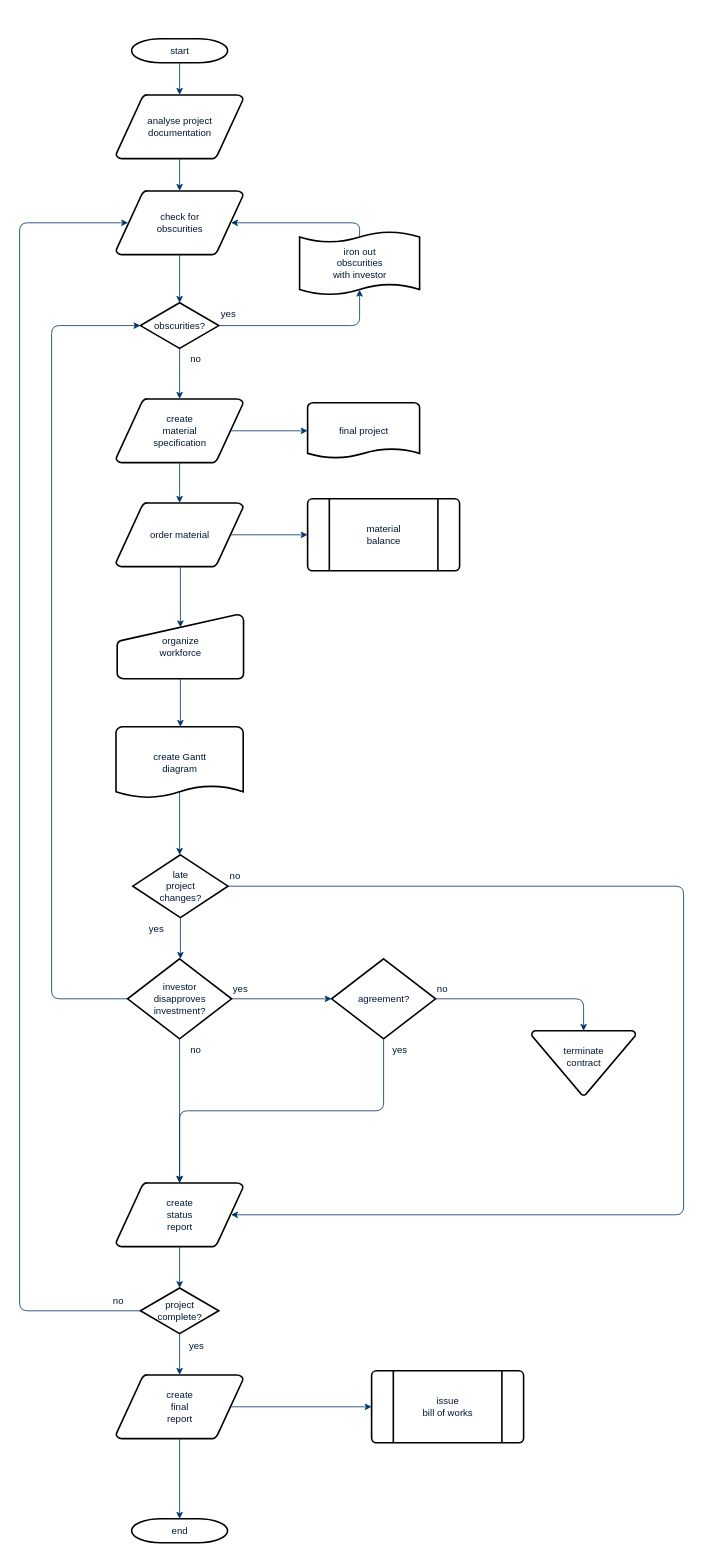
Above: Edockey/WEB-order-save_order.drawio in maclxf/ProjectDraw (draw.io), before the change. Source tidied: cells renumbered, new cells numbered last; positions are measured from the earlier drawing's top-left corner, leaving out a move shared by most shapes. Both pictures are drawn from the tidied source at 80%, with x=0, y=0 at pixel (19, 38).
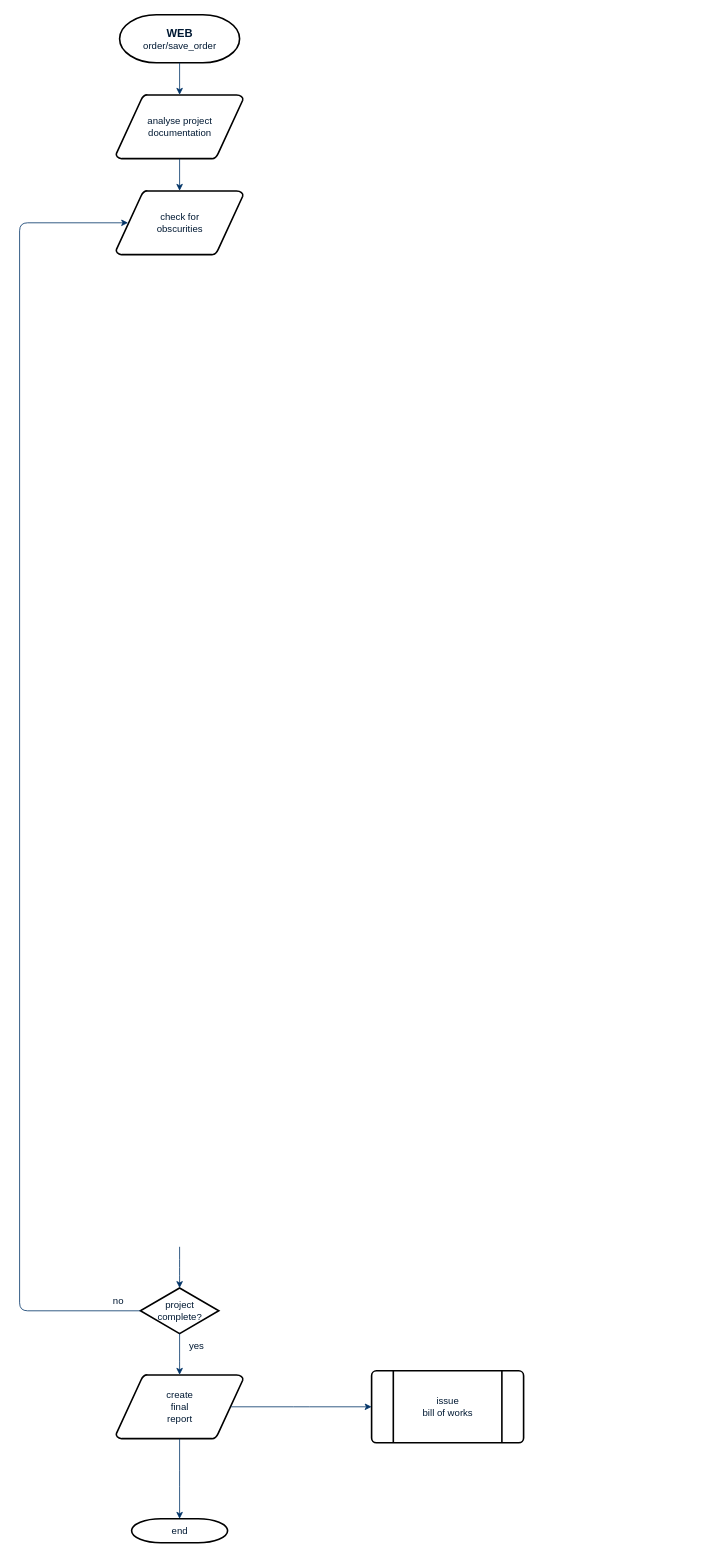
The same page after the edit.

Unchanged cells that the change refers to:
```xml
<mxCell id="5" value="check for&#10;obscurities" style="shape=mxgraph.flowchart.data;fillColor=#FFFFFF;strokeColor=#000000;strokeWidth=2;gradientColor=none;gradientDirection=north;fontColor=#001933;fontStyle=0;html=1;" parent="1" vertex="1">
  <mxGeometry x="120.5" y="190" width="159" height="80" as="geometry" />
</mxCell>
<mxCell id="37" value="project&#10;complete?" style="shape=mxgraph.flowchart.decision;fillColor=#FFFFFF;strokeColor=#000000;strokeWidth=2;gradientColor=none;gradientDirection=north;fontColor=#001933;fontStyle=0;html=1;" parent="1" vertex="1">
  <mxGeometry x="151" y="1561.5" width="98" height="57" as="geometry" />
</mxCell>
```

The edit, as a diff of the source:
```diff
@@
-    <mxCell id="2" value="start" style="shape=mxgraph.flowchart.terminator;fillColor=#FFFFFF;strokeColor=#000000;strokeWidth=2;gradientColor=none;gradientDirection=north;fontColor=#001933;fontStyle=0;html=1;" parent="1" vertex="1">
-      <mxGeometry x="140" width="120" height="30" as="geometry" />
+    <mxCell id="2" value="&lt;b style=&quot;font-size: 14px&quot;&gt;WEB&lt;br&gt;&lt;/b&gt;order/save_order" style="shape=mxgraph.flowchart.terminator;fillColor=#FFFFFF;strokeColor=#000000;strokeWidth=2;gradientColor=none;gradientDirection=north;fontColor=#001933;fontStyle=0;html=1;" parent="1" vertex="1">
+      <mxGeometry x="125" y="-30" width="150" height="60" as="geometry" />
     </mxCell>
@@
-    <mxCell id="4" value="create&#10;material&#10;specification" style="shape=mxgraph.flowchart.data;fillColor=#FFFFFF;strokeColor=#000000;strokeWidth=2;gradientColor=none;gradientDirection=north;fontColor=#001933;fontStyle=0;html=1;" parent="1" vertex="1">
-      <mxGeometry x="120.5" y="450" width="159" height="80" as="geometry" />
-    </mxCell>
@@
-    <mxCell id="6" value="obscurities?" style="shape=mxgraph.flowchart.decision;fillColor=#FFFFFF;strokeColor=#000000;strokeWidth=2;gradientColor=none;gradientDirection=north;fontColor=#001933;fontStyle=0;html=1;" parent="1" vertex="1">
-      <mxGeometry x="151" y="330" width="98" height="57" as="geometry" />
-    </mxCell>
@@
-    <mxCell id="9" style="entryX=0.5;entryY=0;entryPerimeter=0;fontColor=#001933;fontStyle=1;strokeColor=#003366;strokeWidth=1;html=1;" parent="1" edge="1" source="5" target="6">
-      <mxGeometry relative="1" as="geometry" />
-    </mxCell>
-    <mxCell id="10" style="edgeStyle=elbowEdgeStyle;elbow=horizontal;entryX=0.5;entryY=0.91;entryPerimeter=0;exitX=1;exitY=0.5;exitPerimeter=0;fontColor=#001933;fontStyle=1;strokeColor=#003366;strokeWidth=1;html=1;" parent="1" edge="1" source="6" target="51">
-      <mxGeometry x="381" y="28.5" as="geometry">
-        <Array as="points">
-          <mxPoint x="425" y="340" />
-        </Array>
-      </mxGeometry>
-    </mxCell>
-    <mxCell id="11" value="yes" style="text;fontColor=#001933;fontStyle=0;html=1;strokeColor=none;gradientColor=none;fillColor=none;strokeWidth=2;" parent="1" vertex="1">
-      <mxGeometry x="250" y="330" width="40" height="26" as="geometry" />
-    </mxCell>
-    <mxCell id="12" style="edgeStyle=elbowEdgeStyle;elbow=horizontal;fontColor=#001933;fontStyle=1;strokeColor=#003366;strokeWidth=1;html=1;" parent="1" edge="1" source="6" target="4">
-      <mxGeometry as="geometry" />
-    </mxCell>
-    <mxCell id="13" value="order material" style="shape=mxgraph.flowchart.data;fillColor=#FFFFFF;strokeColor=#000000;strokeWidth=2;gradientColor=none;gradientDirection=north;fontColor=#001933;fontStyle=0;html=1;" parent="1" vertex="1">
-      <mxGeometry x="120.5" y="580" width="159" height="80" as="geometry" />
-    </mxCell>
-    <mxCell id="14" value="no" style="text;fontColor=#001933;fontStyle=0;html=1;strokeColor=none;gradientColor=none;fillColor=none;strokeWidth=2;align=center;" parent="1" vertex="1">
-      <mxGeometry x="200" y="387" width="40" height="26" as="geometry" />
-    </mxCell>
-    <mxCell id="15" value="final project" style="shape=mxgraph.flowchart.document;fillColor=#FFFFFF;strokeColor=#000000;strokeWidth=2;gradientColor=none;gradientDirection=north;fontColor=#001933;fontStyle=0;html=1;" parent="1" vertex="1">
-      <mxGeometry x="360" y="455" width="140" height="70" as="geometry" />
-    </mxCell>
-    <mxCell id="16" style="edgeStyle=elbowEdgeStyle;elbow=horizontal;exitX=0.905;exitY=0.5;exitPerimeter=0;fontColor=#001933;fontStyle=1;strokeColor=#003366;strokeWidth=1;html=1;" parent="1" edge="1" source="4" target="15">
-      <mxGeometry as="geometry" />
-    </mxCell>
-    <mxCell id="17" style="edgeStyle=elbowEdgeStyle;elbow=horizontal;fontColor=#001933;fontStyle=1;strokeColor=#003366;strokeWidth=1;html=1;" parent="1" edge="1" source="4" target="13">
-      <mxGeometry as="geometry" />
-    </mxCell>
-    <mxCell id="18" value="material&#10;balance" style="shape=mxgraph.flowchart.predefined_process;fillColor=#FFFFFF;strokeColor=#000000;strokeWidth=2;gradientColor=none;gradientDirection=north;fontColor=#001933;fontStyle=0;html=1;" parent="1" vertex="1">
-      <mxGeometry x="360" y="575" width="190" height="90" as="geometry" />
-    </mxCell>
-    <mxCell id="19" style="edgeStyle=elbowEdgeStyle;elbow=horizontal;exitX=0.905;exitY=0.5;exitPerimeter=0;fontColor=#001933;fontStyle=1;strokeColor=#003366;strokeWidth=1;html=1;" parent="1" edge="1" source="13" target="18">
-      <mxGeometry as="geometry" />
-    </mxCell>
-    <mxCell id="20" value="organize &#10;workforce" style="shape=mxgraph.flowchart.manual_input;fillColor=#FFFFFF;strokeColor=#000000;strokeWidth=2;gradientColor=none;gradientDirection=north;fontColor=#001933;fontStyle=0;html=1;" parent="1" vertex="1">
-      <mxGeometry x="122" y="720" width="158" height="80" as="geometry" />
-    </mxCell>
-    <mxCell id="21" style="edgeStyle=elbowEdgeStyle;elbow=horizontal;entryX=0.5;entryY=0.195;entryPerimeter=0;fontColor=#001933;fontStyle=1;strokeColor=#003366;strokeWidth=1;html=1;" parent="1" edge="1" source="13" target="20">
-      <mxGeometry as="geometry" />
-    </mxCell>
-    <mxCell id="22" value="create Gantt&#10;diagram" style="shape=mxgraph.flowchart.document;fillColor=#FFFFFF;strokeColor=#000000;strokeWidth=2;gradientColor=none;gradientDirection=north;fontColor=#001933;fontStyle=0;html=1;" parent="1" vertex="1">
-      <mxGeometry x="120.5" y="860" width="159" height="90" as="geometry" />
-    </mxCell>
-    <mxCell id="23" style="edgeStyle=elbowEdgeStyle;elbow=horizontal;exitX=0.5;exitY=1;exitPerimeter=0;fontColor=#001933;fontStyle=1;strokeColor=#003366;strokeWidth=1;html=1;" parent="1" edge="1" source="20" target="22">
-      <mxGeometry as="geometry" />
-    </mxCell>
-    <mxCell id="24" value="late&#10;project&#10;changes?" style="shape=mxgraph.flowchart.decision;fillColor=#FFFFFF;strokeColor=#000000;strokeWidth=2;gradientColor=none;gradientDirection=north;fontColor=#001933;fontStyle=0;html=1;" parent="1" vertex="1">
-      <mxGeometry x="141.5" y="1020" width="119" height="78.5" as="geometry" />
-    </mxCell>
-    <mxCell id="25" style="edgeStyle=elbowEdgeStyle;elbow=horizontal;exitX=0.5;exitY=0.9;exitPerimeter=0;fontColor=#001933;fontStyle=1;strokeColor=#003366;strokeWidth=1;html=1;" parent="1" edge="1" source="22" target="24">
-      <mxGeometry as="geometry" />
-    </mxCell>
-    <mxCell id="26" style="edgeStyle=elbowEdgeStyle;elbow=horizontal;exitX=0;exitY=0.5;exitPerimeter=0;entryX=0;entryY=0.5;entryPerimeter=0;fontColor=#001933;fontStyle=1;strokeColor=#003366;strokeWidth=1;html=1;" parent="1" edge="1" source="28" target="6">
-      <mxGeometry as="geometry">
-        <Array as="points">
-          <mxPoint x="40" y="790" />
-        </Array>
-      </mxGeometry>
-    </mxCell>
-    <mxCell id="27" value="yes" style="text;fontColor=#001933;fontStyle=0;html=1;strokeColor=none;gradientColor=none;fillColor=none;strokeWidth=2;" parent="1" vertex="1">
-      <mxGeometry x="160" y="1098.5" width="40" height="26" as="geometry" />
-    </mxCell>
-    <mxCell id="28" value="investor&#10;disapproves&#10; investment?" style="shape=mxgraph.flowchart.decision;fillColor=#FFFFFF;strokeColor=#000000;strokeWidth=2;gradientColor=none;gradientDirection=north;fontColor=#001933;fontStyle=0;html=1;" parent="1" vertex="1">
-      <mxGeometry x="135" y="1150" width="130" height="100" as="geometry" />
-    </mxCell>
-    <mxCell id="29" value="agreement?" style="shape=mxgraph.flowchart.decision;fillColor=#FFFFFF;strokeColor=#000000;strokeWidth=2;gradientColor=none;gradientDirection=north;fontColor=#001933;fontStyle=0;html=1;" parent="1" vertex="1">
-      <mxGeometry x="390" y="1150" width="130" height="100" as="geometry" />
-    </mxCell>
-    <mxCell id="30" style="edgeStyle=elbowEdgeStyle;elbow=horizontal;exitX=0.5;exitY=1;exitPerimeter=0;fontColor=#001933;fontStyle=1;strokeColor=#003366;strokeWidth=1;html=1;" parent="1" edge="1" source="24" target="28">
-      <mxGeometry as="geometry" />
-    </mxCell>
-    <mxCell id="31" style="edgeStyle=elbowEdgeStyle;elbow=horizontal;exitX=1;exitY=0.5;exitPerimeter=0;entryX=0;entryY=0.5;entryPerimeter=0;fontColor=#001933;fontStyle=1;strokeColor=#003366;strokeWidth=1;html=1;" parent="1" edge="1" source="28" target="29">
-      <mxGeometry as="geometry" />
-    </mxCell>
-    <mxCell id="32" value="terminate&#10;contract&#10;" style="shape=mxgraph.flowchart.merge_or_storage;fillColor=#FFFFFF;strokeColor=#000000;strokeWidth=2;gradientColor=none;gradientDirection=north;fontColor=#001933;fontStyle=0;html=1;" parent="1" vertex="1">
-      <mxGeometry x="640" y="1240" width="130" height="80.5" as="geometry" />
-    </mxCell>
-    <mxCell id="33" style="edgeStyle=elbowEdgeStyle;elbow=vertical;exitX=1;exitY=0.5;exitPerimeter=0;entryX=0.5;entryY=0;entryPerimeter=0;fontColor=#001933;fontStyle=1;strokeColor=#003366;strokeWidth=1;html=1;" parent="1" edge="1" source="29" target="32">
-      <mxGeometry as="geometry">
-        <Array as="points">
-          <mxPoint x="620" y="1200" />
-        </Array>
-      </mxGeometry>
-    </mxCell>
-    <mxCell id="34" value="create&#10;status&#10;report" style="shape=mxgraph.flowchart.data;fillColor=#FFFFFF;strokeColor=#000000;strokeWidth=2;gradientColor=none;gradientDirection=north;fontColor=#001933;fontStyle=0;html=1;" parent="1" vertex="1">
-      <mxGeometry x="120.5" y="1430" width="159" height="80" as="geometry" />
-    </mxCell>
-    <mxCell id="35" style="edgeStyle=elbowEdgeStyle;elbow=vertical;exitX=0.5;exitY=1;exitPerimeter=0;fontColor=#001933;fontStyle=1;strokeColor=#003366;strokeWidth=1;html=1;" parent="1" edge="1" source="28" target="34">
-      <mxGeometry as="geometry" />
-    </mxCell>
-    <mxCell id="36" style="edgeStyle=elbowEdgeStyle;elbow=vertical;exitX=0.5;exitY=1;exitPerimeter=0;entryX=0.5;entryY=0;entryPerimeter=0;fontColor=#001933;fontStyle=1;strokeColor=#003366;strokeWidth=1;html=1;" parent="1" edge="1" source="29" target="34">
-      <mxGeometry as="geometry" />
-    </mxCell>
@@
-    <mxCell id="41" style="edgeStyle=elbowEdgeStyle;elbow=vertical;exitX=0.5;exitY=1;exitPerimeter=0;entryX=0.5;entryY=0;entryPerimeter=0;fontColor=#001933;fontStyle=1;strokeColor=#003366;strokeWidth=1;html=1;" parent="1" edge="1" source="34" target="37">
-      <mxGeometry as="geometry" />
+    <mxCell id="41" style="edgeStyle=elbowEdgeStyle;elbow=vertical;exitX=0.5;exitY=1;exitPerimeter=0;entryX=0.5;entryY=0;entryPerimeter=0;fontColor=#001933;fontStyle=1;strokeColor=#003366;strokeWidth=1;html=1;" parent="1" edge="1" target="37">
+      <mxGeometry as="geometry">
+        <mxPoint x="200" y="1510" as="sourcePoint" />
+      </mxGeometry>
     </mxCell>
@@
-    <mxCell id="45" style="edgeStyle=elbowEdgeStyle;elbow=horizontal;exitX=1;exitY=0.5;exitPerimeter=0;entryX=0.905;entryY=0.5;entryPerimeter=0;fontColor=#001933;fontStyle=1;strokeColor=#003366;strokeWidth=1;html=1;" parent="1" edge="1" source="24" target="34">
-      <mxGeometry as="geometry">
-        <Array as="points">
-          <mxPoint x="830" y="1260" />
-        </Array>
-      </mxGeometry>
-    </mxCell>
-    <mxCell id="46" value="no" style="text;fontColor=#001933;fontStyle=0;html=1;strokeColor=none;gradientColor=none;fillColor=none;strokeWidth=2;" parent="1" vertex="1">
-      <mxGeometry x="260.5" y="1033.2" width="40" height="26" as="geometry" />
-    </mxCell>
-    <mxCell id="47" value="yes" style="text;fontColor=#001933;fontStyle=0;html=1;strokeColor=none;gradientColor=none;fillColor=none;strokeWidth=2;" parent="1" vertex="1">
-      <mxGeometry x="265" y="1174" width="40" height="26" as="geometry" />
-    </mxCell>
-    <mxCell id="48" value="no" style="text;fontColor=#001933;fontStyle=0;html=1;strokeColor=none;gradientColor=none;fillColor=none;strokeWidth=2;align=center;" parent="1" vertex="1">
-      <mxGeometry x="200" y="1250" width="40" height="26" as="geometry" />
-    </mxCell>
-    <mxCell id="49" value="yes" style="text;fontColor=#001933;fontStyle=0;html=1;strokeColor=none;gradientColor=none;fillColor=none;strokeWidth=2;align=center;" parent="1" vertex="1">
-      <mxGeometry x="455" y="1250" width="40" height="26" as="geometry" />
-    </mxCell>
-    <mxCell id="50" value="no" style="text;fontColor=#001933;fontStyle=0;html=1;strokeColor=none;gradientColor=none;fillColor=none;strokeWidth=2;" parent="1" vertex="1">
-      <mxGeometry x="520" y="1174" width="40" height="26" as="geometry" />
-    </mxCell>
-    <mxCell id="51" value="iron out&#10;obscurities &#10;with investor" style="shape=mxgraph.flowchart.paper_tape;fillColor=#FFFFFF;strokeColor=#000000;strokeWidth=2;gradientColor=none;gradientDirection=north;fontColor=#001933;fontStyle=0;html=1;" parent="1" vertex="1">
-      <mxGeometry x="350" y="240" width="150" height="81" as="geometry" />
-    </mxCell>
-    <mxCell id="52" style="edgeStyle=elbowEdgeStyle;elbow=horizontal;exitX=0.5;exitY=0.09;exitPerimeter=0;entryX=0.905;entryY=0.5;entryPerimeter=0;fontColor=#001933;fontStyle=1;strokeColor=#003366;strokeWidth=1;html=1;" parent="1" edge="1" source="51" target="5">
-      <mxGeometry as="geometry">
-        <Array as="points">
-          <mxPoint x="425" y="240" />
-        </Array>
-      </mxGeometry>
-    </mxCell>
```
